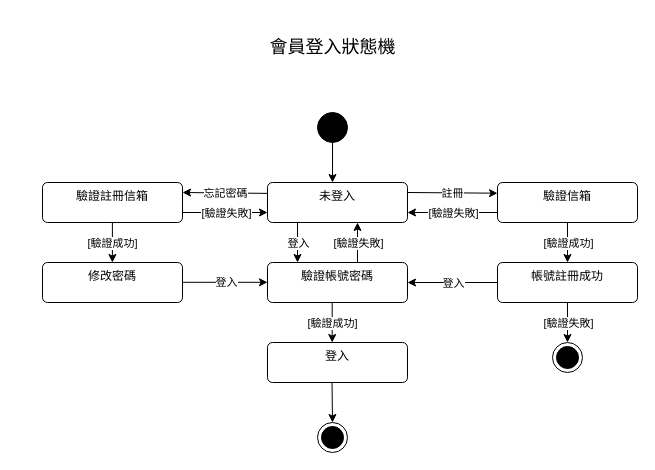
Cuddles-Yu/ntub-coding keeps this draw.io diagram as page "登入狀態機" (1 of 4) of 文件資料/物件導向分析/狀態機.drawio. Above is the earlier version. Source tidied: cells renumbered, new cells numbered last; positions are measured from the earlier drawing's top-left corner, leaving out a move shared by most shapes. Both pictures are drawn from the tidied source at 100%, with x=0, y=0 at pixel (42, 27).
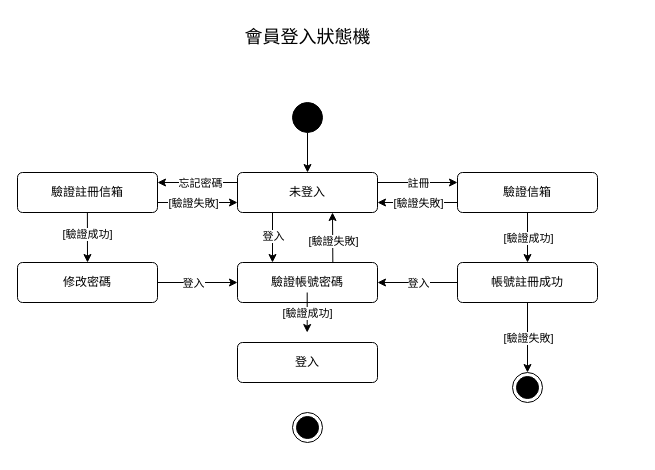
After the change.

The change refers to these unchanged cells:
```xml
<mxCell id="18" style="endArrow=classic;html=1;rounded=0;entryX=0;entryY=0.75;entryDx=0;entryDy=0;exitX=1;exitY=0.75;exitDx=0;exitDy=0;" parent="1" edge="1" source="7" target="5">
  <mxGeometry relative="1" as="geometry" />
</mxCell>
```

Change to the diagram source:
```diff
@@
     <mxCell id="2" style="ellipse;fillColor=strokeColor;html=1;" parent="1" vertex="1">
-      <mxGeometry x="275" y="85" width="30" height="30" as="geometry" />
+      <mxGeometry x="250" y="75" width="30" height="30" as="geometry" />
     </mxCell>
     <mxCell id="3" value="&lt;font style=&quot;font-size: 18px;&quot;&gt;會員登入狀態機&lt;/font&gt;" style="text;html=1;align=center;verticalAlign=middle;strokeColor=none;fillColor=none;" parent="1" vertex="1">
-      <mxGeometry x="215" width="150" height="40" as="geometry" />
+      <mxGeometry x="190" y="-10" width="150" height="40" as="geometry" />
     </mxCell>
-    <mxCell id="4" style="endArrow=classic;html=1;rounded=0;exitX=0.5;exitY=1;exitDx=0;exitDy=0;" parent="1" edge="1" source="2">
-      <mxGeometry relative="1" as="geometry">
-        <mxPoint x="290" y="155" as="targetPoint" />
-      </mxGeometry>
+    <mxCell id="4" style="endArrow=classic;html=1;rounded=0;exitX=0.5;exitY=1;exitDx=0;exitDy=0;entryX=0.5;entryY=0;entryDx=0;entryDy=0;" parent="1" edge="1" source="2" target="5">
+      <mxGeometry relative="1" as="geometry" />
     </mxCell>
-    <mxCell id="5" value="未登入" style="html=1;align=center;verticalAlign=top;rounded=1;absoluteArcSize=1;arcSize=10;dashed=0;whiteSpace=wrap;" parent="1" vertex="1">
-      <mxGeometry x="225" y="155" width="140" height="40" as="geometry" />
+    <mxCell id="5" value="未登入" style="html=1;align=center;verticalAlign=middle;rounded=1;absoluteArcSize=1;arcSize=10;dashed=0;whiteSpace=wrap;" parent="1" vertex="1">
+      <mxGeometry x="195" y="145" width="140" height="40" as="geometry" />
     </mxCell>
-    <mxCell id="6" value="驗證信箱" style="html=1;align=center;verticalAlign=top;rounded=1;absoluteArcSize=1;arcSize=10;dashed=0;whiteSpace=wrap;" parent="1" vertex="1">
-      <mxGeometry x="455" y="155" width="140" height="40" as="geometry" />
+    <mxCell id="6" value="驗證信箱" style="html=1;align=center;verticalAlign=middle;rounded=1;absoluteArcSize=1;arcSize=10;dashed=0;whiteSpace=wrap;" parent="1" vertex="1">
+      <mxGeometry x="415" y="145" width="140" height="40" as="geometry" />
     </mxCell>
-    <mxCell id="7" value="驗證註冊信箱" style="html=1;align=center;verticalAlign=top;rounded=1;absoluteArcSize=1;arcSize=10;dashed=0;whiteSpace=wrap;" parent="1" vertex="1">
-      <mxGeometry y="155" width="140" height="40" as="geometry" />
+    <mxCell id="7" value="驗證註冊信箱" style="html=1;align=center;verticalAlign=middle;rounded=1;absoluteArcSize=1;arcSize=10;dashed=0;whiteSpace=wrap;" parent="1" vertex="1">
+      <mxGeometry x="-25" y="145" width="140" height="40" as="geometry" />
     </mxCell>
-    <mxCell id="8" value="驗證帳號密碼" style="html=1;align=center;verticalAlign=top;rounded=1;absoluteArcSize=1;arcSize=10;dashed=0;whiteSpace=wrap;" parent="1" vertex="1">
-      <mxGeometry x="225" y="235" width="140" height="40" as="geometry" />
+    <mxCell id="8" value="驗證帳號密碼" style="html=1;align=center;verticalAlign=middle;rounded=1;absoluteArcSize=1;arcSize=10;dashed=0;whiteSpace=wrap;" parent="1" vertex="1">
+      <mxGeometry x="195" y="235" width="140" height="40" as="geometry" />
     </mxCell>
-    <mxCell id="9" value="登入" style="html=1;align=center;verticalAlign=top;rounded=1;absoluteArcSize=1;arcSize=10;dashed=0;whiteSpace=wrap;" parent="1" vertex="1">
-      <mxGeometry x="225" y="315" width="140" height="40" as="geometry" />
+    <mxCell id="9" value="登入" style="html=1;align=center;verticalAlign=middle;rounded=1;absoluteArcSize=1;arcSize=10;dashed=0;whiteSpace=wrap;" parent="1" vertex="1">
+      <mxGeometry x="195" y="315" width="140" height="40" as="geometry" />
     </mxCell>
-    <mxCell id="10" style="endArrow=classic;html=1;rounded=0;entryX=0.5;entryY=0;entryDx=0;entryDy=0;exitX=0.461;exitY=1.007;exitDx=0;exitDy=0;exitPerimeter=0;" parent="1" edge="1" source="9">
-      <mxGeometry relative="1" as="geometry">
-        <mxPoint x="290" y="395" as="targetPoint" />
-      </mxGeometry>
-    </mxCell>
+    <mxCell id="39" style="edgeStyle=orthogonalEdgeStyle;rounded=0;jettySize=auto;html=1;entryX=0;entryY=0.5;entryDx=0;entryDy=0;" parent="1" edge="1" source="11" target="8">
+      <mxGeometry relative="1" as="geometry" />
+    </mxCell>
+    <mxCell id="24" value="登入" style="edgeLabel;html=1;align=center;verticalAlign=middle;" parent="39" vertex="1">
+      <mxGeometry x="0.03" y="2" relative="1" as="geometry">
+        <mxPoint x="-6" y="2" as="offset" />
+      </mxGeometry>
+    </mxCell>
-    <mxCell id="11" value="修改密碼" style="html=1;align=center;verticalAlign=top;rounded=1;absoluteArcSize=1;arcSize=10;dashed=0;whiteSpace=wrap;" parent="1" vertex="1">
-      <mxGeometry y="235" width="140" height="40" as="geometry" />
+    <mxCell id="11" value="修改密碼" style="html=1;align=center;verticalAlign=middle;rounded=1;absoluteArcSize=1;arcSize=10;dashed=0;whiteSpace=wrap;" parent="1" vertex="1">
+      <mxGeometry x="-25" y="235" width="140" height="40" as="geometry" />
     </mxCell>
-    <mxCell id="12" style="endArrow=classic;html=1;rounded=0;entryX=0;entryY=0.5;entryDx=0;entryDy=0;" parent="1" edge="1">
-      <mxGeometry relative="1" as="geometry">
-        <mxPoint x="365" y="165" as="sourcePoint" />
-        <mxPoint x="455" y="165.7" as="targetPoint" />
-      </mxGeometry>
+    <mxCell id="12" style="endArrow=classic;html=1;rounded=0;entryX=0;entryY=0.25;entryDx=0;entryDy=0;exitX=1;exitY=0.25;exitDx=0;exitDy=0;" parent="1" edge="1" source="5" target="6">
+      <mxGeometry relative="1" as="geometry" />
     </mxCell>
@@
-    <mxCell id="14" style="endArrow=classic;html=1;rounded=0;entryX=1;entryY=0.25;entryDx=0;entryDy=0;exitX=-0.011;exitY=0.514;exitDx=0;exitDy=0;exitPerimeter=0;" parent="1" edge="1" target="7">
-      <mxGeometry relative="1" as="geometry">
-        <mxPoint x="225" y="165.9" as="sourcePoint" />
-      </mxGeometry>
+    <mxCell id="14" style="endArrow=classic;html=1;rounded=0;entryX=1;entryY=0.25;entryDx=0;entryDy=0;exitX=0;exitY=0.25;exitDx=0;exitDy=0;" parent="1" edge="1" source="5" target="7">
+      <mxGeometry relative="1" as="geometry" />
     </mxCell>
     <mxCell id="15" value="忘記密碼" style="edgeLabel;html=1;align=center;verticalAlign=middle;" parent="14" vertex="1">
-      <mxGeometry relative="1" as="geometry" />
+      <mxGeometry relative="1" as="geometry">
+        <mxPoint x="2" as="offset" />
+      </mxGeometry>
     </mxCell>
-    <mxCell id="16" style="endArrow=classic;html=1;rounded=0;exitX=0.25;exitY=1;exitDx=0;exitDy=0;entryX=0.25;entryY=0;entryDx=0;entryDy=0;" parent="1" edge="1">
+    <mxCell id="16" style="endArrow=classic;html=1;rounded=0;exitX=0.25;exitY=1;exitDx=0;exitDy=0;entryX=0.5;entryY=0;entryDx=0;entryDy=0;" parent="1" edge="1" target="11">
       <mxGeometry relative="1" as="geometry">
-        <mxPoint x="69.9" y="195" as="sourcePoint" />
-        <mxPoint x="69.9" y="235" as="targetPoint" />
+        <mxPoint x="44.9" y="185" as="sourcePoint" />
       </mxGeometry>
     </mxCell>
     <mxCell id="17" value="[驗證成功]" style="edgeLabel;html=1;align=center;verticalAlign=middle;" parent="16" vertex="1">
-      <mxGeometry relative="1" as="geometry" />
+      <mxGeometry relative="1" as="geometry">
+        <mxPoint y="-3" as="offset" />
+      </mxGeometry>
     </mxCell>
@@
     <mxCell id="19" value="[驗證失敗]" style="edgeLabel;html=1;align=center;verticalAlign=middle;" parent="18" vertex="1">
-      <mxGeometry relative="1" as="geometry" />
+      <mxGeometry relative="1" as="geometry">
+        <mxPoint x="-5" as="offset" />
+      </mxGeometry>
     </mxCell>
-    <mxCell id="20" value="帳號註冊成功" style="html=1;align=center;verticalAlign=top;rounded=1;absoluteArcSize=1;arcSize=10;dashed=0;whiteSpace=wrap;" parent="1" vertex="1">
-      <mxGeometry x="455" y="235" width="140" height="40" as="geometry" />
+    <mxCell id="20" value="帳號註冊成功" style="html=1;align=center;verticalAlign=middle;rounded=1;absoluteArcSize=1;arcSize=10;dashed=0;whiteSpace=wrap;" parent="1" vertex="1">
+      <mxGeometry x="415" y="235" width="140" height="40" as="geometry" />
     </mxCell>
@@
-    <mxCell id="23" style="endArrow=classic;html=1;rounded=0;entryX=0;entryY=0.75;entryDx=0;entryDy=0;exitX=1;exitY=0.75;exitDx=0;exitDy=0;" parent="1" edge="1">
-      <mxGeometry relative="1" as="geometry">
-        <mxPoint x="140" y="254.8" as="sourcePoint" />
-        <mxPoint x="225" y="254.8" as="targetPoint" />
-      </mxGeometry>
-    </mxCell>
-    <mxCell id="24" value="登入" style="edgeLabel;html=1;align=center;verticalAlign=middle;" parent="23" vertex="1">
-      <mxGeometry relative="1" as="geometry" />
-    </mxCell>
@@
     <mxCell id="27" style="ellipse;html=1;shape=endState;fillColor=strokeColor;" parent="1" vertex="1">
-      <mxGeometry x="275" y="395" width="30" height="30" as="geometry" />
+      <mxGeometry x="250" y="385" width="30" height="30" as="geometry" />
     </mxCell>
     <mxCell id="28" style="ellipse;html=1;shape=endState;fillColor=strokeColor;" parent="1" vertex="1">
-      <mxGeometry x="510" y="315" width="30" height="30" as="geometry" />
+      <mxGeometry x="470" y="345" width="30" height="30" as="geometry" />
     </mxCell>
     <mxCell id="29" style="endArrow=classic;html=1;rounded=0;entryX=0.25;entryY=0;entryDx=0;entryDy=0;exitX=0.25;exitY=1;exitDx=0;exitDy=0;" parent="1" edge="1">
       <mxGeometry relative="1" as="geometry">
-        <mxPoint x="289.7" y="275" as="sourcePoint" />
-        <mxPoint x="289.7" y="315" as="targetPoint" />
+        <mxPoint x="264.7" y="265" as="sourcePoint" />
+        <mxPoint x="264.7" y="305" as="targetPoint" />
       </mxGeometry>
     </mxCell>
@@
-    <mxCell id="31" style="endArrow=classic;html=1;rounded=0;entryX=0.5;entryY=0;entryDx=0;entryDy=0;exitX=0.5;exitY=1;exitDx=0;exitDy=0;" parent="1" edge="1">
+    <mxCell id="31" style="endArrow=classic;html=1;rounded=0;entryX=0.25;entryY=0;entryDx=0;entryDy=0;exitX=0.5;exitY=1;exitDx=0;exitDy=0;" parent="1" edge="1" target="8">
       <mxGeometry relative="1" as="geometry">
-        <mxPoint x="255" y="195" as="sourcePoint" />
-        <mxPoint x="255" y="235" as="targetPoint" />
+        <mxPoint x="230" y="185" as="sourcePoint" />
       </mxGeometry>
     </mxCell>
     <mxCell id="32" value="登入" style="edgeLabel;html=1;align=center;verticalAlign=middle;" parent="31" vertex="1">
-      <mxGeometry relative="1" as="geometry" />
+      <mxGeometry relative="1" as="geometry">
+        <mxPoint y="-2" as="offset" />
+      </mxGeometry>
     </mxCell>
-    <mxCell id="33" style="endArrow=classic;html=1;rounded=0;exitX=0.641;exitY=-0.009;exitDx=0;exitDy=0;exitPerimeter=0;" parent="1" edge="1">
+    <mxCell id="33" style="endArrow=classic;html=1;rounded=0;exitX=0.681;exitY=0.013;exitDx=0;exitDy=0;exitPerimeter=0;" parent="1" edge="1" source="8">
       <mxGeometry relative="1" as="geometry">
-        <mxPoint x="315" y="235" as="sourcePoint" />
-        <mxPoint x="315" y="195" as="targetPoint" />
+        <mxPoint x="290" y="185" as="targetPoint" />
       </mxGeometry>
     </mxCell>
     <mxCell id="34" value="[驗證失敗]" style="edgeLabel;html=1;align=center;verticalAlign=middle;" parent="33" vertex="1">
-      <mxGeometry relative="1" as="geometry" />
+      <mxGeometry relative="1" as="geometry">
+        <mxPoint y="3" as="offset" />
+      </mxGeometry>
     </mxCell>
```
